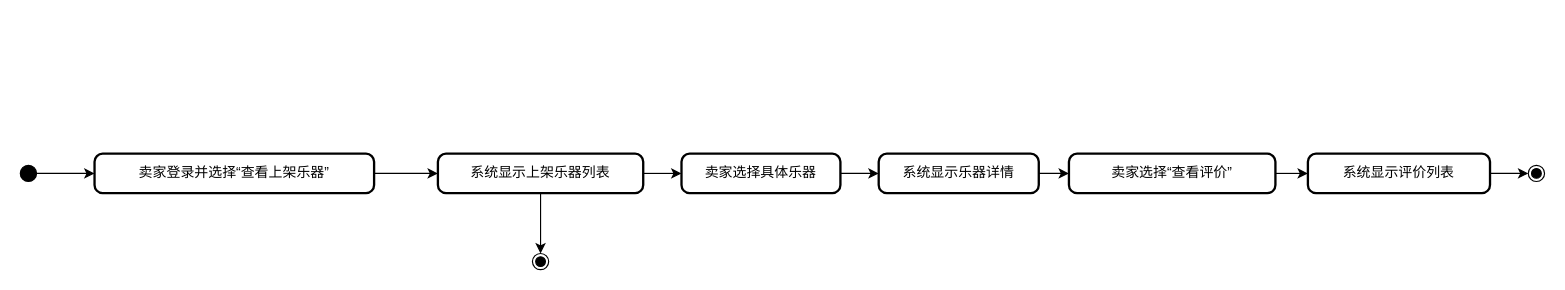
Earlier version of the draw.io diagram page "行为建模" (2 of 2) of 文档/需求分析规约文档/三种建模/20查看上架商品及其评价用例建模.drawio (w1ntercube/TJ-SE-Design). Source tidied: cells renumbered, new cells numbered last; positions are measured from the earlier drawing's top-left corner, leaving out a move shared by most shapes. Both pictures are drawn from the tidied source at 116%, with x=0, y=0 at pixel (20, 153).
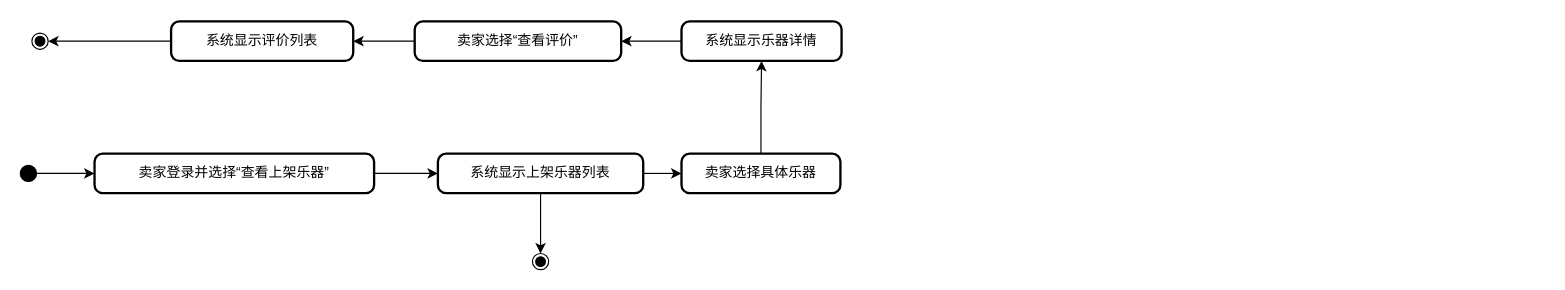
The same diagram, later.

The edit, as a diff of the source:
```diff
@@
 <mxGraphModel>
   <root>
     <mxCell id="0" />
     <mxCell id="1" parent="0" />
     <mxCell id="2" style="ellipse;fillColor=strokeColor;" parent="1" vertex="1">
       <mxGeometry y="10" width="14" height="14" as="geometry" />
     </mxCell>
     <mxCell id="3" value="卖家登录并选择“查看上架乐器”" style="rounded=1;absoluteArcSize=1;arcSize=14;whiteSpace=wrap;strokeWidth=2;" parent="1" vertex="1">
       <mxGeometry x="64" width="241" height="34" as="geometry" />
     </mxCell>
     <mxCell id="4" style="edgeStyle=orthogonalEdgeStyle;rounded=0;jettySize=auto;html=1;exitX=1;exitY=0.5;exitDx=0;exitDy=0;entryX=0;entryY=0.5;entryDx=0;entryDy=0;" parent="1" edge="1" source="5" target="7">
       <mxGeometry relative="1" as="geometry" />
     </mxCell>
     <mxCell id="5" value="系统显示上架乐器列表" style="rounded=1;absoluteArcSize=1;arcSize=14;whiteSpace=wrap;strokeWidth=2;" parent="1" vertex="1">
       <mxGeometry x="360" width="177" height="34" as="geometry" />
     </mxCell>
-    <mxCell id="6" style="edgeStyle=orthogonalEdgeStyle;rounded=0;jettySize=auto;html=1;exitX=1;exitY=0.5;exitDx=0;exitDy=0;" parent="1" edge="1" source="7" target="8">
+    <mxCell id="6" style="edgeStyle=orthogonalEdgeStyle;rounded=0;jettySize=auto;html=1;entryX=0.5;entryY=1;entryDx=0;entryDy=0;" parent="1" edge="1" source="7" target="8">
       <mxGeometry relative="1" as="geometry" />
     </mxCell>
     <mxCell id="7" value="卖家选择具体乐器" style="rounded=1;absoluteArcSize=1;arcSize=14;whiteSpace=wrap;strokeWidth=2;" parent="1" vertex="1">
       <mxGeometry x="570" width="137" height="34" as="geometry" />
     </mxCell>
+    <mxCell id="16" style="edgeStyle=orthogonalEdgeStyle;rounded=0;jettySize=auto;html=1;" parent="1" edge="1" source="8" target="17">
+      <mxGeometry relative="1" as="geometry" />
+    </mxCell>
     <mxCell id="8" value="系统显示乐器详情" style="rounded=1;absoluteArcSize=1;arcSize=14;whiteSpace=wrap;strokeWidth=2;" parent="1" vertex="1">
-      <mxGeometry x="740" width="138" height="34" as="geometry" />
+      <mxGeometry x="570" y="-114" width="138" height="34" as="geometry" />
     </mxCell>
-    <mxCell id="9" style="edgeStyle=orthogonalEdgeStyle;rounded=0;jettySize=auto;html=1;exitX=1;exitY=0.5;exitDx=0;exitDy=0;entryX=0;entryY=0.5;entryDx=0;entryDy=0;" parent="1" edge="1" source="17" target="11">
-      <mxGeometry relative="1" as="geometry" />
-    </mxCell>
-    <mxCell id="10" style="edgeStyle=orthogonalEdgeStyle;rounded=0;jettySize=auto;html=1;exitX=1;exitY=0.5;exitDx=0;exitDy=0;" parent="1" edge="1" source="11" target="18">
+    <mxCell id="10" style="edgeStyle=orthogonalEdgeStyle;rounded=0;jettySize=auto;html=1;entryX=1;entryY=0.5;entryDx=0;entryDy=0;" parent="1" edge="1" source="11" target="18">
       <mxGeometry relative="1" as="geometry" />
     </mxCell>
     <mxCell id="11" value="系统显示评价列表" style="rounded=1;absoluteArcSize=1;arcSize=14;whiteSpace=wrap;strokeWidth=2;" parent="1" vertex="1">
-      <mxGeometry x="1110" width="157" height="34" as="geometry" />
+      <mxGeometry x="130" y="-114" width="157" height="34" as="geometry" />
     </mxCell>
     <mxCell id="12" style="ellipse;shape=endState;fillColor=strokeColor;" parent="1" vertex="1">
       <mxGeometry x="441.5" y="86" width="14" height="14" as="geometry" />
     </mxCell>
     <mxCell id="13" style="curved=1;startArrow=none;exitX=1;exitY=0.5;entryX=0;entryY=0.5;rounded=0;" parent="1" edge="1" source="2" target="3">
       <mxGeometry relative="1" as="geometry" />
     </mxCell>
     <mxCell id="14" style="curved=1;startArrow=none;exitX=1;exitY=0.5;entryX=0;entryY=0.5;rounded=0;" parent="1" edge="1" source="3" target="5">
       <mxGeometry relative="1" as="geometry" />
     </mxCell>
     <mxCell id="15" style="curved=1;startArrow=none;rounded=0;" parent="1" edge="1" source="5" target="12">
       <mxGeometry relative="1" as="geometry" />
     </mxCell>
-    <mxCell id="16" style="edgeStyle=orthogonalEdgeStyle;rounded=0;jettySize=auto;html=1;exitX=1;exitY=0.5;exitDx=0;exitDy=0;" parent="1" edge="1" source="8" target="17">
-      <mxGeometry relative="1" as="geometry" />
-    </mxCell>
+    <mxCell id="9" style="edgeStyle=orthogonalEdgeStyle;rounded=0;jettySize=auto;html=1;" parent="1" edge="1" source="17" target="11">
+      <mxGeometry relative="1" as="geometry" />
+    </mxCell>
     <mxCell id="17" value="卖家选择“查看评价”" style="rounded=1;absoluteArcSize=1;arcSize=14;whiteSpace=wrap;strokeWidth=2;" parent="1" vertex="1">
-      <mxGeometry x="904" width="178" height="34" as="geometry" />
+      <mxGeometry x="340" y="-114" width="178" height="34" as="geometry" />
     </mxCell>
     <mxCell id="18" style="ellipse;shape=endState;fillColor=strokeColor;" parent="1" vertex="1">
-      <mxGeometry x="1300" y="10" width="14" height="14" as="geometry" />
+      <mxGeometry x="10" y="-104" width="14" height="14" as="geometry" />
     </mxCell>
   </root>
 </mxGraphModel>
```
